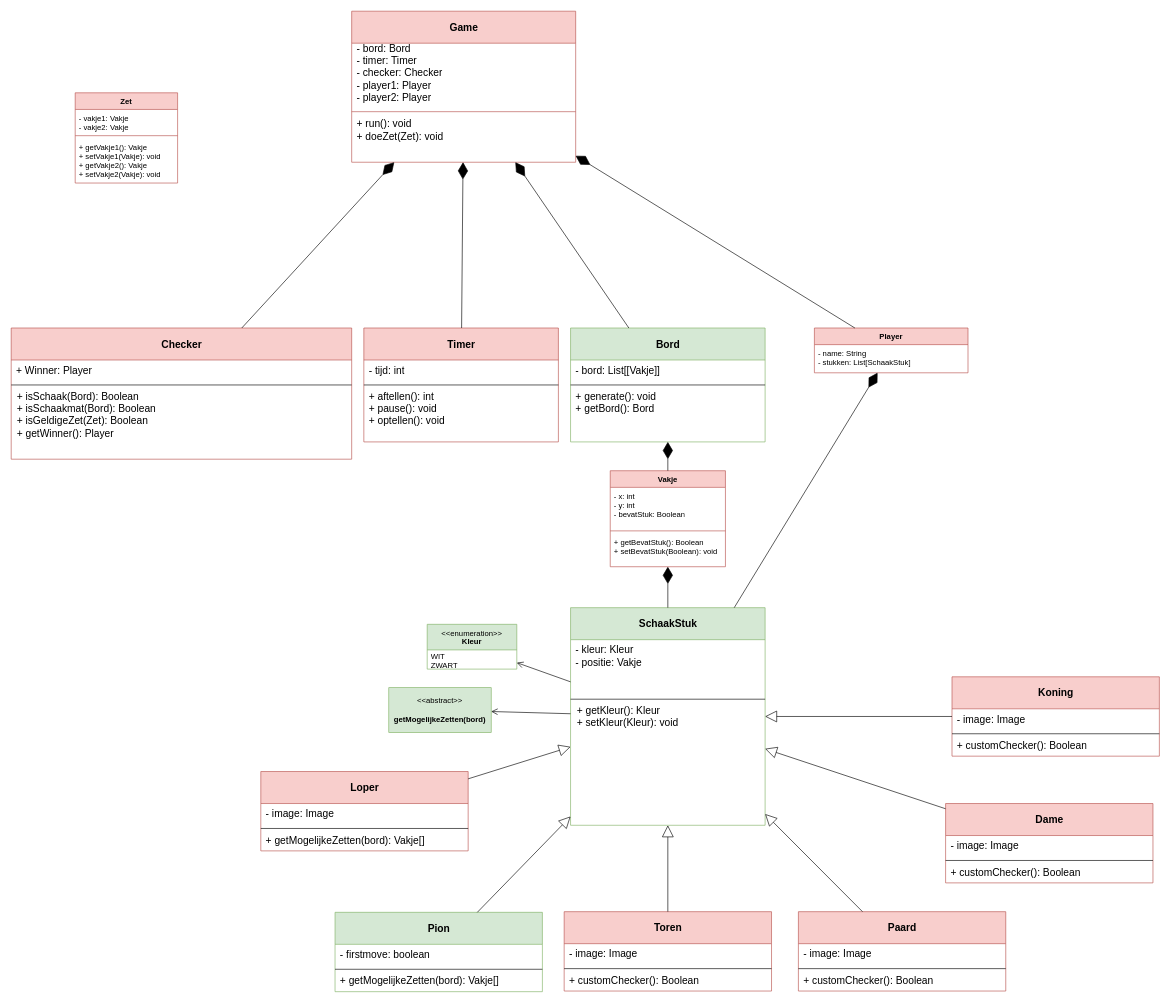
The draw.io diagram Class_diagram.drawio in yero213/java-chess, before the edit. Source tidied: cells renumbered, new cells numbered last; positions are measured from the earlier drawing's top-left corner, leaving out a move shared by most shapes. Both pictures are drawn from the tidied source at 64%, with x=0, y=0 at pixel (11, 11).
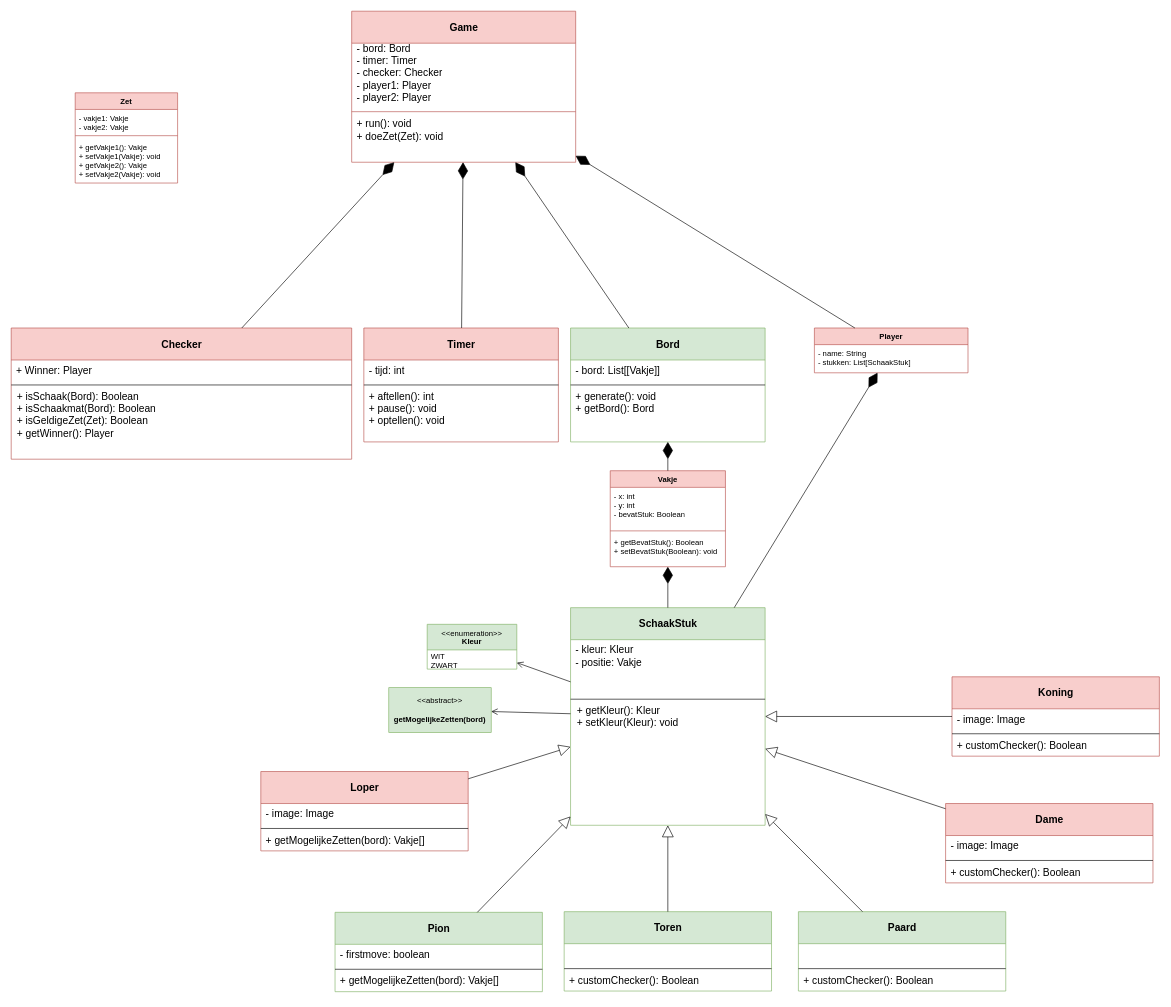
After the change.

Commit message (it also covers changes not shown here):
Paard pion toren en loper afgewerkt

Diff of the diagram source:
```diff
@@
-    <mxCell id="22" value="Toren" style="swimlane;fontStyle=1;align=center;verticalAlign=middle;startSize=50;horizontal=1;html=1;fontSize=16;fillColor=#f8cecc;strokeColor=#b85450;" parent="1" vertex="1">
+    <mxCell id="22" value="Toren" style="swimlane;fontStyle=1;align=center;verticalAlign=middle;startSize=50;horizontal=1;html=1;fontSize=16;fillColor=#d5e8d4;strokeColor=#82b366;" parent="1" vertex="1">
       <mxGeometry x="864" y="1407" width="324" height="124" as="geometry" />
     </mxCell>
-    <mxCell id="23" value="- image: Image" style="text;strokeColor=none;fillColor=none;align=left;verticalAlign=top;spacingLeft=6;overflow=hidden;whiteSpace=wrap;html=0;fontSize=16;" parent="22" vertex="1">
-      <mxGeometry y="50" width="324" height="37" as="geometry" />
-    </mxCell>
@@
-    <mxCell id="39" value="Paard" style="swimlane;fontStyle=1;align=center;verticalAlign=middle;startSize=50;horizontal=1;html=1;fontSize=16;fillColor=#f8cecc;strokeColor=#b85450;" parent="1" vertex="1">
+    <mxCell id="39" value="Paard" style="swimlane;fontStyle=1;align=center;verticalAlign=middle;startSize=50;horizontal=1;html=1;fontSize=16;fillColor=#d5e8d4;strokeColor=#82b366;" parent="1" vertex="1">
       <mxGeometry x="1230" y="1407" width="324" height="124" as="geometry" />
     </mxCell>
-    <mxCell id="40" value="- image: Image" style="text;strokeColor=none;fillColor=none;align=left;verticalAlign=top;spacingLeft=6;overflow=hidden;whiteSpace=wrap;html=0;fontSize=16;" parent="39" vertex="1">
-      <mxGeometry y="50" width="324" height="37" as="geometry" />
-    </mxCell>
```
